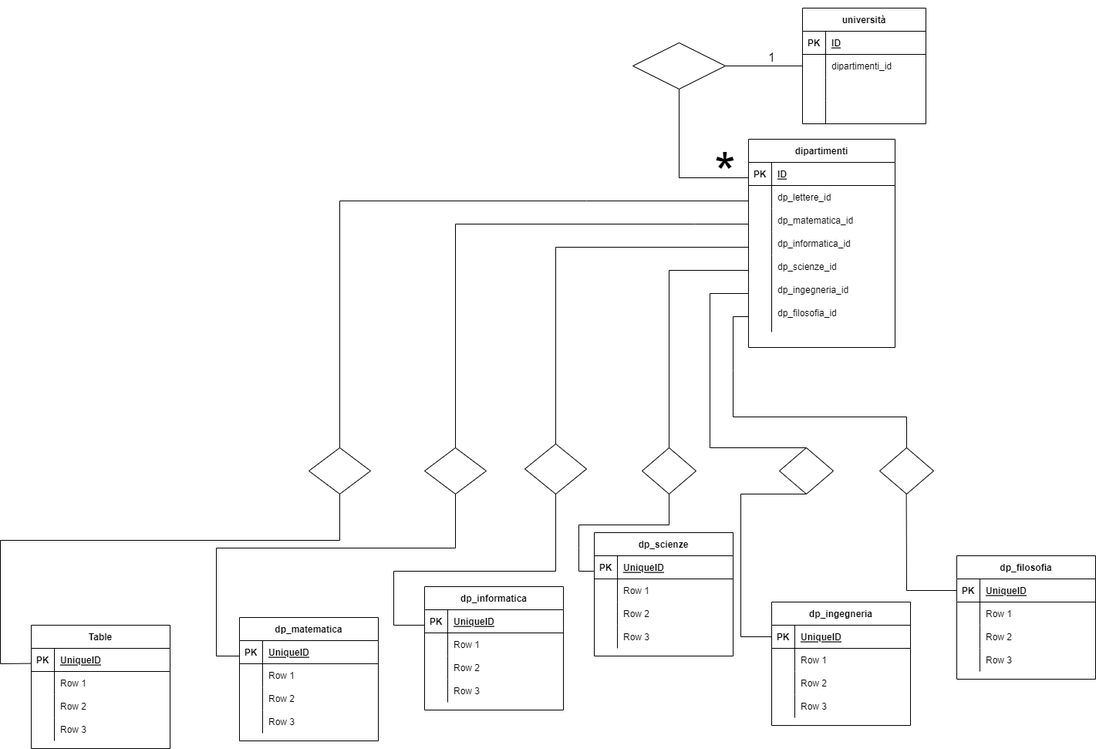
The draw.io diagram img/Untitled Diagram.drawio (2).png in Timjxyz/db-university, before a commit. Source tidied: cells renumbered, new cells last; positions are measured from the earlier drawing's top-left corner, leaving out a move shared by most shapes.
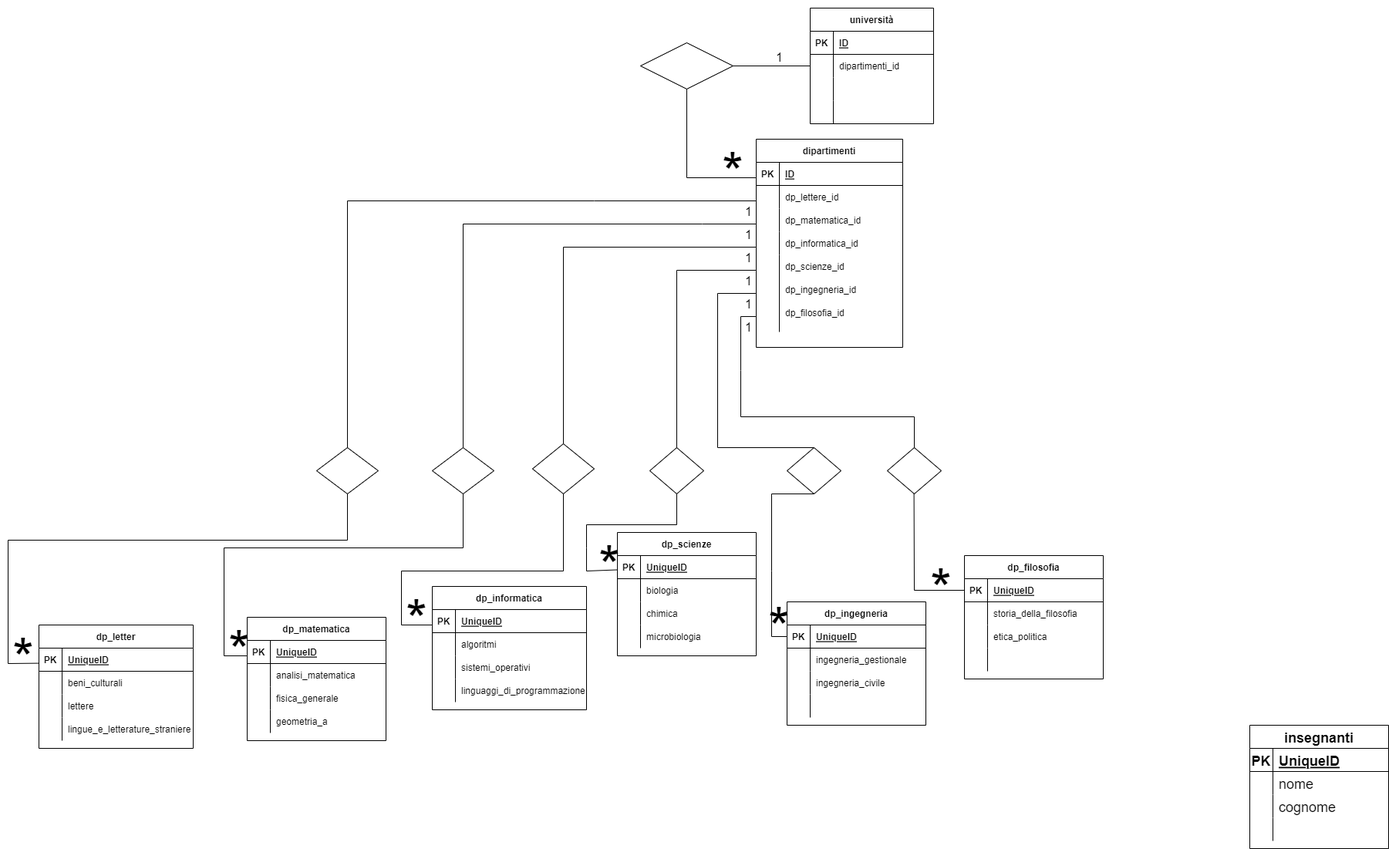
After the change.

Diff of the diagram source:
```diff
@@ -44,3 +44,3 @@
     <mxCell id="15" value="dp_ingegneria" style="shape=table;startSize=30;rowLines=0;fontStyle=1;align=center;" parent="1" vertex="1">
-      <mxGeometry x="1000" y="780" width="180" height="160" as="geometry" />
+      <mxGeometry x="1010" y="780" width="180" height="160" as="geometry" />
     </mxCell>
@@ -61,3 +61,3 @@
     </mxCell>
-    <mxCell id="21" value="Row 1" style="shape=partialRectangle;fillColor=none;top=0;left=0;bottom=0;right=0;align=left;spacingLeft=6;overflow=hidden;" parent="19" vertex="1">
+    <mxCell id="21" value="ingegneria_gestionale" style="shape=partialRectangle;fillColor=none;top=0;left=0;bottom=0;right=0;align=left;spacingLeft=6;overflow=hidden;" parent="19" vertex="1">
       <mxGeometry x="30" width="150" height="30" as="geometry" />
@@ -70,3 +70,3 @@
     </mxCell>
-    <mxCell id="24" value="Row 2" style="shape=partialRectangle;fillColor=none;top=0;left=0;bottom=0;right=0;align=left;spacingLeft=6;overflow=hidden;" parent="22" vertex="1">
+    <mxCell id="24" value="ingegneria_civile" style="shape=partialRectangle;fillColor=none;top=0;left=0;bottom=0;right=0;align=left;spacingLeft=6;overflow=hidden;" parent="22" vertex="1">
       <mxGeometry x="30" width="150" height="30" as="geometry" />
@@ -79,3 +79,3 @@
     </mxCell>
-    <mxCell id="27" value="Row 3" style="shape=partialRectangle;fillColor=none;top=0;left=0;bottom=0;right=0;align=left;spacingLeft=6;overflow=hidden;" parent="25" vertex="1">
+    <mxCell id="27" style="shape=partialRectangle;fillColor=none;top=0;left=0;bottom=0;right=0;align=left;spacingLeft=6;overflow=hidden;" parent="25" vertex="1">
       <mxGeometry x="30" width="150" height="30" as="geometry" />
@@ -100,3 +100,3 @@
     </mxCell>
-    <mxCell id="34" value="Row 1" style="shape=partialRectangle;fillColor=none;top=0;left=0;bottom=0;right=0;align=left;spacingLeft=6;overflow=hidden;" parent="32" vertex="1">
+    <mxCell id="34" value="storia_della_filosofia" style="shape=partialRectangle;fillColor=none;top=0;left=0;bottom=0;right=0;align=left;spacingLeft=6;overflow=hidden;" parent="32" vertex="1">
       <mxGeometry x="30" width="150" height="30" as="geometry" />
@@ -109,3 +109,3 @@
     </mxCell>
-    <mxCell id="37" value="Row 2" style="shape=partialRectangle;fillColor=none;top=0;left=0;bottom=0;right=0;align=left;spacingLeft=6;overflow=hidden;" parent="35" vertex="1">
+    <mxCell id="37" value="etica_politica" style="shape=partialRectangle;fillColor=none;top=0;left=0;bottom=0;right=0;align=left;spacingLeft=6;overflow=hidden;" parent="35" vertex="1">
       <mxGeometry x="30" width="150" height="30" as="geometry" />
@@ -118,3 +118,3 @@
     </mxCell>
-    <mxCell id="40" value="Row 3" style="shape=partialRectangle;fillColor=none;top=0;left=0;bottom=0;right=0;align=left;spacingLeft=6;overflow=hidden;" parent="38" vertex="1">
+    <mxCell id="40" style="shape=partialRectangle;fillColor=none;top=0;left=0;bottom=0;right=0;align=left;spacingLeft=6;overflow=hidden;" parent="38" vertex="1">
       <mxGeometry x="30" width="150" height="30" as="geometry" />
@@ -281,4 +281,5 @@
         <Array as="points">
-          <mxPoint x="960" y="640" />
-          <mxPoint x="960" y="825" />
+          <mxPoint x="990" y="640" />
+          <mxPoint x="990" y="740" />
+          <mxPoint x="990" y="825" />
         </Array>
@@ -287,3 +288,3 @@
     <mxCell id="78" value="dp_scienze" style="shape=table;startSize=30;rowLines=0;fontStyle=1;align=center;" parent="1" vertex="1">
-      <mxGeometry x="770" y="690" width="180" height="160" as="geometry" />
+      <mxGeometry x="790" y="690" width="180" height="160" as="geometry" />
     </mxCell>
@@ -304,3 +305,3 @@
     </mxCell>
-    <mxCell id="84" value="Row 1" style="shape=partialRectangle;fillColor=none;top=0;left=0;bottom=0;right=0;align=left;spacingLeft=6;overflow=hidden;" parent="82" vertex="1">
+    <mxCell id="84" value="biologia" style="shape=partialRectangle;fillColor=none;top=0;left=0;bottom=0;right=0;align=left;spacingLeft=6;overflow=hidden;" parent="82" vertex="1">
       <mxGeometry x="30" width="150" height="30" as="geometry" />
@@ -313,3 +314,3 @@
     </mxCell>
-    <mxCell id="87" value="Row 2" style="shape=partialRectangle;fillColor=none;top=0;left=0;bottom=0;right=0;align=left;spacingLeft=6;overflow=hidden;" parent="85" vertex="1">
+    <mxCell id="87" value="chimica" style="shape=partialRectangle;fillColor=none;top=0;left=0;bottom=0;right=0;align=left;spacingLeft=6;overflow=hidden;" parent="85" vertex="1">
       <mxGeometry x="30" width="150" height="30" as="geometry" />
@@ -322,3 +323,3 @@
     </mxCell>
-    <mxCell id="90" value="Row 3" style="shape=partialRectangle;fillColor=none;top=0;left=0;bottom=0;right=0;align=left;spacingLeft=6;overflow=hidden;" parent="88" vertex="1">
+    <mxCell id="90" value="microbiologia" style="shape=partialRectangle;fillColor=none;top=0;left=0;bottom=0;right=0;align=left;spacingLeft=6;overflow=hidden;" parent="88" vertex="1">
       <mxGeometry x="30" width="150" height="30" as="geometry" />
@@ -343,3 +344,3 @@
     </mxCell>
-    <mxCell id="97" value="Row 1" style="shape=partialRectangle;fillColor=none;top=0;left=0;bottom=0;right=0;align=left;spacingLeft=6;overflow=hidden;" parent="95" vertex="1">
+    <mxCell id="97" value="analisi_matematica" style="shape=partialRectangle;fillColor=none;top=0;left=0;bottom=0;right=0;align=left;spacingLeft=6;overflow=hidden;" parent="95" vertex="1">
       <mxGeometry x="30" width="150" height="30" as="geometry" />
@@ -352,3 +353,3 @@
     </mxCell>
-    <mxCell id="100" value="Row 2" style="shape=partialRectangle;fillColor=none;top=0;left=0;bottom=0;right=0;align=left;spacingLeft=6;overflow=hidden;" parent="98" vertex="1">
+    <mxCell id="100" value="fisica_generale" style="shape=partialRectangle;fillColor=none;top=0;left=0;bottom=0;right=0;align=left;spacingLeft=6;overflow=hidden;" parent="98" vertex="1">
       <mxGeometry x="30" width="150" height="30" as="geometry" />
@@ -361,3 +362,3 @@
     </mxCell>
-    <mxCell id="103" value="Row 3" style="shape=partialRectangle;fillColor=none;top=0;left=0;bottom=0;right=0;align=left;spacingLeft=6;overflow=hidden;" parent="101" vertex="1">
+    <mxCell id="103" value="geometria_a" style="shape=partialRectangle;fillColor=none;top=0;left=0;bottom=0;right=0;align=left;spacingLeft=6;overflow=hidden;" parent="101" vertex="1">
       <mxGeometry x="30" width="150" height="30" as="geometry" />
@@ -365,6 +366,6 @@
     <mxCell id="104" value="dp_informatica" style="shape=table;startSize=30;rowLines=0;fontStyle=1;align=center;" parent="1" vertex="1">
-      <mxGeometry x="550" y="760" width="180" height="160" as="geometry" />
+      <mxGeometry x="550" y="760" width="200" height="160" as="geometry" />
     </mxCell>
     <mxCell id="105" style="shape=tableRow;horizontal=0;startSize=0;swimlaneHead=0;swimlaneBody=0;fillColor=none;top=0;left=0;right=0;bottom=1;" parent="104" vertex="1">
-      <mxGeometry y="30" width="180" height="30" as="geometry" />
+      <mxGeometry y="30" width="200" height="30" as="geometry" />
     </mxCell>
@@ -374,6 +375,6 @@
     <mxCell id="107" value="UniqueID" style="shape=partialRectangle;fillColor=none;top=0;left=0;bottom=0;right=0;align=left;spacingLeft=6;fontStyle=5;overflow=hidden;" parent="105" vertex="1">
-      <mxGeometry x="30" width="150" height="30" as="geometry" />
+      <mxGeometry x="30" width="170" height="30" as="geometry" />
     </mxCell>
     <mxCell id="108" style="shape=tableRow;horizontal=0;startSize=0;swimlaneHead=0;swimlaneBody=0;fillColor=none;top=0;left=0;right=0;bottom=0;" parent="104" vertex="1">
-      <mxGeometry y="60" width="180" height="30" as="geometry" />
+      <mxGeometry y="60" width="200" height="30" as="geometry" />
     </mxCell>
@@ -382,7 +383,7 @@
     </mxCell>
-    <mxCell id="110" value="Row 1" style="shape=partialRectangle;fillColor=none;top=0;left=0;bottom=0;right=0;align=left;spacingLeft=6;overflow=hidden;" parent="108" vertex="1">
-      <mxGeometry x="30" width="150" height="30" as="geometry" />
+    <mxCell id="110" value="algoritmi" style="shape=partialRectangle;fillColor=none;top=0;left=0;bottom=0;right=0;align=left;spacingLeft=6;overflow=hidden;" parent="108" vertex="1">
+      <mxGeometry x="30" width="170" height="30" as="geometry" />
     </mxCell>
     <mxCell id="111" style="shape=tableRow;horizontal=0;startSize=0;swimlaneHead=0;swimlaneBody=0;fillColor=none;top=0;left=0;right=0;bottom=0;" parent="104" vertex="1">
-      <mxGeometry y="90" width="180" height="30" as="geometry" />
+      <mxGeometry y="90" width="200" height="30" as="geometry" />
     </mxCell>
@@ -391,7 +392,7 @@
     </mxCell>
-    <mxCell id="113" value="Row 2" style="shape=partialRectangle;fillColor=none;top=0;left=0;bottom=0;right=0;align=left;spacingLeft=6;overflow=hidden;" parent="111" vertex="1">
-      <mxGeometry x="30" width="150" height="30" as="geometry" />
+    <mxCell id="113" value="sistemi_operativi" style="shape=partialRectangle;fillColor=none;top=0;left=0;bottom=0;right=0;align=left;spacingLeft=6;overflow=hidden;" parent="111" vertex="1">
+      <mxGeometry x="30" width="170" height="30" as="geometry" />
     </mxCell>
     <mxCell id="114" style="shape=tableRow;horizontal=0;startSize=0;swimlaneHead=0;swimlaneBody=0;fillColor=none;top=0;left=0;right=0;bottom=0;" parent="104" vertex="1">
-      <mxGeometry y="120" width="180" height="30" as="geometry" />
+      <mxGeometry y="120" width="200" height="30" as="geometry" />
     </mxCell>
@@ -400,8 +401,7 @@
     </mxCell>
-    <mxCell id="116" value="Row 3" style="shape=partialRectangle;fillColor=none;top=0;left=0;bottom=0;right=0;align=left;spacingLeft=6;overflow=hidden;" parent="114" vertex="1">
-      <mxGeometry x="30" width="150" height="30" as="geometry" />
+    <mxCell id="116" value="linguaggi_di_programmazione" style="shape=partialRectangle;fillColor=none;top=0;left=0;bottom=0;right=0;align=left;spacingLeft=6;overflow=hidden;" parent="114" vertex="1">
+      <mxGeometry x="30" width="170" height="30" as="geometry" />
     </mxCell>
-    <mxCell id="117" style="endArrow=none;html=1;rounded=0;fontSize=18;exitX=0.5;exitY=1;exitDx=0;exitDy=0;" parent="1" edge="1" source="71">
+    <mxCell id="117" style="endArrow=none;html=1;rounded=0;fontSize=18;exitX=0.5;exitY=1;exitDx=0;exitDy=0;" parent="1" edge="1" source="71" target="79">
       <mxGeometry relative="1" as="geometry">
-        <mxPoint x="770" y="740" as="targetPoint" />
         <Array as="points">
@@ -434,7 +434,7 @@
     </mxCell>
-    <mxCell id="120" value="Table" style="shape=table;startSize=30;rowLines=0;fontStyle=1;align=center;" parent="1" vertex="1">
-      <mxGeometry x="40" y="810" width="180" height="160" as="geometry" />
+    <mxCell id="120" value="dp_letter" style="shape=table;startSize=30;rowLines=0;fontStyle=1;align=center;" parent="1" vertex="1">
+      <mxGeometry x="40" y="810" width="200" height="160" as="geometry" />
     </mxCell>
     <mxCell id="121" style="shape=tableRow;horizontal=0;startSize=0;swimlaneHead=0;swimlaneBody=0;fillColor=none;top=0;left=0;right=0;bottom=1;" parent="120" vertex="1">
-      <mxGeometry y="30" width="180" height="30" as="geometry" />
+      <mxGeometry y="30" width="200" height="30" as="geometry" />
     </mxCell>
@@ -444,6 +444,6 @@
     <mxCell id="123" value="UniqueID" style="shape=partialRectangle;fillColor=none;top=0;left=0;bottom=0;right=0;align=left;spacingLeft=6;fontStyle=5;overflow=hidden;" parent="121" vertex="1">
-      <mxGeometry x="30" width="150" height="30" as="geometry" />
+      <mxGeometry x="30" width="170" height="30" as="geometry" />
     </mxCell>
     <mxCell id="124" style="shape=tableRow;horizontal=0;startSize=0;swimlaneHead=0;swimlaneBody=0;fillColor=none;top=0;left=0;right=0;bottom=0;" parent="120" vertex="1">
-      <mxGeometry y="60" width="180" height="30" as="geometry" />
+      <mxGeometry y="60" width="200" height="30" as="geometry" />
     </mxCell>
@@ -452,7 +452,7 @@
     </mxCell>
-    <mxCell id="126" value="Row 1" style="shape=partialRectangle;fillColor=none;top=0;left=0;bottom=0;right=0;align=left;spacingLeft=6;overflow=hidden;" parent="124" vertex="1">
-      <mxGeometry x="30" width="150" height="30" as="geometry" />
+    <mxCell id="126" value="beni_culturali" style="shape=partialRectangle;fillColor=none;top=0;left=0;bottom=0;right=0;align=left;spacingLeft=6;overflow=hidden;" parent="124" vertex="1">
+      <mxGeometry x="30" width="170" height="30" as="geometry" />
     </mxCell>
     <mxCell id="127" style="shape=tableRow;horizontal=0;startSize=0;swimlaneHead=0;swimlaneBody=0;fillColor=none;top=0;left=0;right=0;bottom=0;" parent="120" vertex="1">
-      <mxGeometry y="90" width="180" height="30" as="geometry" />
+      <mxGeometry y="90" width="200" height="30" as="geometry" />
     </mxCell>
@@ -461,7 +461,7 @@
     </mxCell>
-    <mxCell id="129" value="Row 2" style="shape=partialRectangle;fillColor=none;top=0;left=0;bottom=0;right=0;align=left;spacingLeft=6;overflow=hidden;" parent="127" vertex="1">
-      <mxGeometry x="30" width="150" height="30" as="geometry" />
+    <mxCell id="129" value="lettere" style="shape=partialRectangle;fillColor=none;top=0;left=0;bottom=0;right=0;align=left;spacingLeft=6;overflow=hidden;" parent="127" vertex="1">
+      <mxGeometry x="30" width="170" height="30" as="geometry" />
     </mxCell>
     <mxCell id="130" style="shape=tableRow;horizontal=0;startSize=0;swimlaneHead=0;swimlaneBody=0;fillColor=none;top=0;left=0;right=0;bottom=0;" parent="120" vertex="1">
-      <mxGeometry y="120" width="180" height="30" as="geometry" />
+      <mxGeometry y="120" width="200" height="30" as="geometry" />
     </mxCell>
@@ -470,4 +470,4 @@
     </mxCell>
-    <mxCell id="132" value="Row 3" style="shape=partialRectangle;fillColor=none;top=0;left=0;bottom=0;right=0;align=left;spacingLeft=6;overflow=hidden;" parent="130" vertex="1">
-      <mxGeometry x="30" width="150" height="30" as="geometry" />
+    <mxCell id="132" value="lingue_e_letterature_straniere" style="shape=partialRectangle;fillColor=none;top=0;left=0;bottom=0;right=0;align=left;spacingLeft=6;overflow=hidden;" parent="130" vertex="1">
+      <mxGeometry x="30" width="170" height="30" as="geometry" />
     </mxCell>
@@ -483,2 +483,77 @@
     </mxCell>
+    <mxCell id="134" value="*" style="text;html=1;strokeColor=none;fillColor=none;align=center;verticalAlign=middle;whiteSpace=wrap;rounded=0;fontSize=72;" parent="1" vertex="1">
+      <mxGeometry x="1180" y="750" width="60" height="30" as="geometry" />
+    </mxCell>
+    <mxCell id="135" value="*" style="text;html=1;strokeColor=none;fillColor=none;align=center;verticalAlign=middle;whiteSpace=wrap;rounded=0;fontSize=72;" parent="1" vertex="1">
+      <mxGeometry x="970" y="800" width="60" height="30" as="geometry" />
+    </mxCell>
+    <mxCell id="136" value="*" style="text;html=1;strokeColor=none;fillColor=none;align=center;verticalAlign=middle;whiteSpace=wrap;rounded=0;fontSize=72;" parent="1" vertex="1">
+      <mxGeometry x="750" y="720" width="60" height="30" as="geometry" />
+    </mxCell>
+    <mxCell id="137" value="*" style="text;html=1;strokeColor=none;fillColor=none;align=center;verticalAlign=middle;whiteSpace=wrap;rounded=0;fontSize=72;" parent="1" vertex="1">
+      <mxGeometry x="500" y="790" width="60" height="30" as="geometry" />
+    </mxCell>
+    <mxCell id="138" value="*" style="text;html=1;strokeColor=none;fillColor=none;align=center;verticalAlign=middle;whiteSpace=wrap;rounded=0;fontSize=72;" parent="1" vertex="1">
+      <mxGeometry x="270" y="830" width="60" height="30" as="geometry" />
+    </mxCell>
+    <mxCell id="139" value="*" style="text;html=1;strokeColor=none;fillColor=none;align=center;verticalAlign=middle;whiteSpace=wrap;rounded=0;fontSize=72;" parent="1" vertex="1">
+      <mxGeometry x="-10" y="840" width="60" height="30" as="geometry" />
+    </mxCell>
+    <mxCell id="140" value="&lt;font size=&quot;3&quot;&gt;1&lt;/font&gt;" style="text;html=1;align=center;verticalAlign=middle;strokeColor=none;fillColor=none;fontSize=72;" parent="1" vertex="1">
+      <mxGeometry x="950" y="320" width="20" height="110" as="geometry" />
+    </mxCell>
+    <mxCell id="141" value="&lt;font size=&quot;3&quot;&gt;1&lt;/font&gt;" style="text;html=1;align=center;verticalAlign=middle;strokeColor=none;fillColor=none;fontSize=72;" parent="1" vertex="1">
+      <mxGeometry x="950" y="350" width="20" height="110" as="geometry" />
+    </mxCell>
+    <mxCell id="142" value="&lt;font size=&quot;3&quot;&gt;1&lt;/font&gt;" style="text;html=1;align=center;verticalAlign=middle;strokeColor=none;fillColor=none;fontSize=72;" parent="1" vertex="1">
+      <mxGeometry x="950" y="200" width="20" height="110" as="geometry" />
+    </mxCell>
+    <mxCell id="143" value="&lt;font size=&quot;3&quot;&gt;1&lt;/font&gt;" style="text;html=1;align=center;verticalAlign=middle;strokeColor=none;fillColor=none;fontSize=72;" parent="1" vertex="1">
+      <mxGeometry x="950" y="290" width="20" height="110" as="geometry" />
+    </mxCell>
+    <mxCell id="144" value="&lt;font size=&quot;3&quot;&gt;1&lt;/font&gt;" style="text;html=1;align=center;verticalAlign=middle;strokeColor=none;fillColor=none;fontSize=72;" parent="1" vertex="1">
+      <mxGeometry x="950" y="260" width="20" height="110" as="geometry" />
+    </mxCell>
+    <mxCell id="145" value="&lt;font size=&quot;3&quot;&gt;1&lt;/font&gt;" style="text;html=1;align=center;verticalAlign=middle;strokeColor=none;fillColor=none;fontSize=72;" parent="1" vertex="1">
+      <mxGeometry x="950" y="230" width="20" height="110" as="geometry" />
+    </mxCell>
+    <mxCell id="146" value="insegnanti" style="shape=table;startSize=30;rowLines=0;fontStyle=1;align=center;fontSize=18;" parent="1" vertex="1">
+      <mxGeometry x="1610" y="940" width="180" height="160" as="geometry" />
+    </mxCell>
+    <mxCell id="147" style="shape=tableRow;horizontal=0;startSize=0;swimlaneHead=0;swimlaneBody=0;fillColor=none;top=0;left=0;right=0;bottom=1;fontSize=18;" parent="146" vertex="1">
+      <mxGeometry y="30" width="180" height="30" as="geometry" />
+    </mxCell>
+    <mxCell id="148" value="PK" style="shape=partialRectangle;fillColor=none;top=0;left=0;bottom=0;right=0;fontStyle=1;overflow=hidden;fontSize=18;" parent="147" vertex="1">
+      <mxGeometry width="30" height="30" as="geometry" />
+    </mxCell>
+    <mxCell id="149" value="UniqueID" style="shape=partialRectangle;fillColor=none;top=0;left=0;bottom=0;right=0;align=left;spacingLeft=6;fontStyle=5;overflow=hidden;fontSize=18;" parent="147" vertex="1">
+      <mxGeometry x="30" width="150" height="30" as="geometry" />
+    </mxCell>
+    <mxCell id="150" style="shape=tableRow;horizontal=0;startSize=0;swimlaneHead=0;swimlaneBody=0;fillColor=none;top=0;left=0;right=0;bottom=0;fontSize=18;" parent="146" vertex="1">
+      <mxGeometry y="60" width="180" height="30" as="geometry" />
+    </mxCell>
+    <mxCell id="151" style="shape=partialRectangle;fillColor=none;top=0;left=0;bottom=0;right=0;overflow=hidden;fontSize=18;" parent="150" vertex="1">
+      <mxGeometry width="30" height="30" as="geometry" />
+    </mxCell>
+    <mxCell id="152" value="nome" style="shape=partialRectangle;fillColor=none;top=0;left=0;bottom=0;right=0;align=left;spacingLeft=6;overflow=hidden;fontSize=18;" parent="150" vertex="1">
+      <mxGeometry x="30" width="150" height="30" as="geometry" />
+    </mxCell>
+    <mxCell id="153" style="shape=tableRow;horizontal=0;startSize=0;swimlaneHead=0;swimlaneBody=0;fillColor=none;top=0;left=0;right=0;bottom=0;fontSize=18;" parent="146" vertex="1">
+      <mxGeometry y="90" width="180" height="30" as="geometry" />
+    </mxCell>
+    <mxCell id="154" style="shape=partialRectangle;fillColor=none;top=0;left=0;bottom=0;right=0;overflow=hidden;fontSize=18;" parent="153" vertex="1">
+      <mxGeometry width="30" height="30" as="geometry" />
+    </mxCell>
+    <mxCell id="155" value="cognome" style="shape=partialRectangle;fillColor=none;top=0;left=0;bottom=0;right=0;align=left;spacingLeft=6;overflow=hidden;fontSize=18;" parent="153" vertex="1">
+      <mxGeometry x="30" width="150" height="30" as="geometry" />
+    </mxCell>
+    <mxCell id="156" style="shape=tableRow;horizontal=0;startSize=0;swimlaneHead=0;swimlaneBody=0;fillColor=none;top=0;left=0;right=0;bottom=0;fontSize=18;" parent="146" vertex="1">
+      <mxGeometry y="120" width="180" height="30" as="geometry" />
+    </mxCell>
+    <mxCell id="157" style="shape=partialRectangle;fillColor=none;top=0;left=0;bottom=0;right=0;overflow=hidden;fontSize=18;" parent="156" vertex="1">
+      <mxGeometry width="30" height="30" as="geometry" />
+    </mxCell>
+    <mxCell id="158" style="shape=partialRectangle;fillColor=none;top=0;left=0;bottom=0;right=0;align=left;spacingLeft=6;overflow=hidden;fontSize=18;" parent="156" vertex="1">
+      <mxGeometry x="30" width="150" height="30" as="geometry" />
+    </mxCell>
   </root>
```
